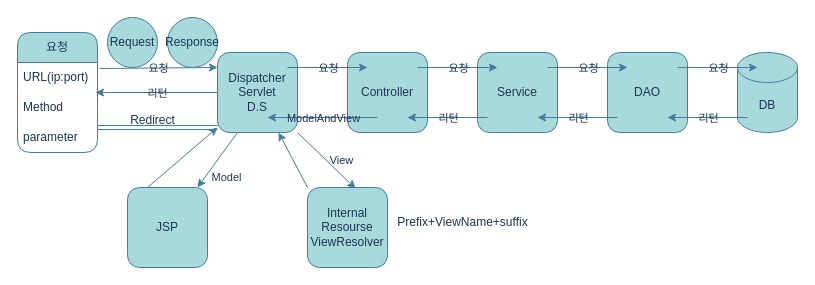
Before: page "Spring" (1 of 2) of 제목 없는 다이어그램.drawio in beaver10/GDJ60_Spring, a draw.io diagram. Source tidied: cells renumbered, new cells numbered last; positions are measured from the earlier drawing's top-left corner, leaving out a move shared by most shapes. Both pictures are drawn from the tidied source at 100%, with x=0, y=0 at pixel (17, 17).
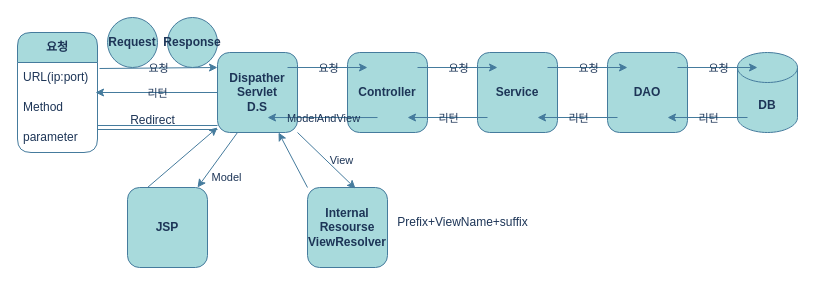
After the change.

Commit message:
bankbook 다이어그램 추가

The edit, as a diff of the source:
```diff
@@
-    <mxCell id="2" value="DB" style="shape=cylinder3;whiteSpace=wrap;html=1;boundedLbl=1;backgroundOutline=1;size=15;labelBackgroundColor=none;fillColor=#A8DADC;strokeColor=#457B9D;fontColor=#1D3557;rounded=1;" parent="1" vertex="1">
+    <mxCell id="2" value="DB" style="shape=cylinder3;whiteSpace=wrap;html=1;boundedLbl=1;backgroundOutline=1;size=15;labelBackgroundColor=none;fillColor=#A8DADC;strokeColor=#457B9D;fontColor=#1D3557;rounded=1;fontStyle=1;" parent="1" vertex="1">
       <mxGeometry x="720" y="35" width="60" height="80" as="geometry" />
     </mxCell>
-    <mxCell id="3" value="DAO" style="whiteSpace=wrap;html=1;labelBackgroundColor=none;fillColor=#A8DADC;strokeColor=#457B9D;fontColor=#1D3557;rounded=1;" parent="1" vertex="1">
+    <mxCell id="3" value="DAO" style="whiteSpace=wrap;html=1;labelBackgroundColor=none;fillColor=#A8DADC;strokeColor=#457B9D;fontColor=#1D3557;rounded=1;fontStyle=1;" parent="1" vertex="1">
       <mxGeometry x="590" y="35" width="80" height="80" as="geometry" />
     </mxCell>
-    <mxCell id="4" value="Controller" style="whiteSpace=wrap;html=1;labelBackgroundColor=none;fillColor=#A8DADC;strokeColor=#457B9D;fontColor=#1D3557;rounded=1;" parent="1" vertex="1">
+    <mxCell id="4" value="Controller" style="whiteSpace=wrap;html=1;labelBackgroundColor=none;fillColor=#A8DADC;strokeColor=#457B9D;fontColor=#1D3557;rounded=1;fontStyle=1;" parent="1" vertex="1">
       <mxGeometry x="330" y="35" width="80" height="80" as="geometry" />
     </mxCell>
-    <mxCell id="5" value="Service" style="whiteSpace=wrap;html=1;labelBackgroundColor=none;fillColor=#A8DADC;strokeColor=#457B9D;fontColor=#1D3557;rounded=1;" parent="1" vertex="1">
+    <mxCell id="5" value="Service" style="whiteSpace=wrap;html=1;labelBackgroundColor=none;fillColor=#A8DADC;strokeColor=#457B9D;fontColor=#1D3557;rounded=1;fontStyle=1;" parent="1" vertex="1">
       <mxGeometry x="460" y="35" width="80" height="80" as="geometry" />
     </mxCell>
-    <mxCell id="6" value="JSP" style="whiteSpace=wrap;html=1;labelBackgroundColor=none;fillColor=#A8DADC;strokeColor=#457B9D;fontColor=#1D3557;rounded=1;" parent="1" vertex="1">
+    <mxCell id="6" value="JSP" style="whiteSpace=wrap;html=1;labelBackgroundColor=none;fillColor=#A8DADC;strokeColor=#457B9D;fontColor=#1D3557;rounded=1;fontStyle=1;" parent="1" vertex="1">
       <mxGeometry x="110" y="170" width="80" height="80" as="geometry" />
     </mxCell>
-    <mxCell id="7" value="Dispatcher&lt;br&gt;Servlet&lt;br&gt;D.S" style="whiteSpace=wrap;html=1;labelBackgroundColor=none;fillColor=#A8DADC;strokeColor=#457B9D;fontColor=#1D3557;rounded=1;" parent="1" vertex="1">
+    <mxCell id="7" value="Dispather&lt;br&gt;Servlet&lt;br&gt;D.S" style="whiteSpace=wrap;html=1;labelBackgroundColor=none;fillColor=#A8DADC;strokeColor=#457B9D;fontColor=#1D3557;rounded=1;fontStyle=1;" parent="1" vertex="1">
       <mxGeometry x="200" y="35" width="80" height="80" as="geometry" />
     </mxCell>
-    <mxCell id="8" value="Internal&lt;br&gt;Resourse&lt;br&gt;ViewResolver" style="whiteSpace=wrap;html=1;labelBackgroundColor=none;fillColor=#A8DADC;strokeColor=#457B9D;fontColor=#1D3557;rounded=1;" parent="1" vertex="1">
+    <mxCell id="8" value="Internal&lt;br&gt;Resourse&lt;br&gt;ViewResolver" style="whiteSpace=wrap;html=1;labelBackgroundColor=none;fillColor=#A8DADC;strokeColor=#457B9D;fontColor=#1D3557;rounded=1;fontStyle=1;" parent="1" vertex="1">
       <mxGeometry x="290" y="170" width="80" height="80" as="geometry" />
     </mxCell>
@@
-    <mxCell id="36" value="요청" style="swimlane;fontStyle=0;horizontal=1;startSize=30;whiteSpace=wrap;html=1;labelBackgroundColor=none;fillColor=#A8DADC;strokeColor=#457B9D;fontColor=#1D3557;rounded=1;" parent="1" vertex="1">
+    <mxCell id="36" value="요청" style="swimlane;fontStyle=1;horizontal=1;startSize=30;whiteSpace=wrap;html=1;labelBackgroundColor=none;fillColor=#A8DADC;strokeColor=#457B9D;fontColor=#1D3557;rounded=1;" parent="1" vertex="1">
       <mxGeometry y="15" width="80" height="120" as="geometry" />
     </mxCell>
@@
-    <mxCell id="40" value="Request" style="ellipse;whiteSpace=wrap;html=1;labelBackgroundColor=none;fillColor=#A8DADC;strokeColor=#457B9D;fontColor=#1D3557;rounded=1;" parent="1" vertex="1">
+    <mxCell id="40" value="Request" style="ellipse;whiteSpace=wrap;html=1;labelBackgroundColor=none;fillColor=#A8DADC;strokeColor=#457B9D;fontColor=#1D3557;rounded=1;fontStyle=1;" parent="1" vertex="1">
       <mxGeometry x="90" width="50" height="50" as="geometry" />
     </mxCell>
-    <mxCell id="41" value="Response" style="ellipse;whiteSpace=wrap;html=1;labelBackgroundColor=none;fillColor=#A8DADC;strokeColor=#457B9D;fontColor=#1D3557;rounded=1;" parent="1" vertex="1">
+    <mxCell id="41" value="Response" style="ellipse;whiteSpace=wrap;html=1;labelBackgroundColor=none;fillColor=#A8DADC;strokeColor=#457B9D;fontColor=#1D3557;rounded=1;fontStyle=1;" parent="1" vertex="1">
       <mxGeometry x="150" width="50" height="50" as="geometry" />
     </mxCell>
```
